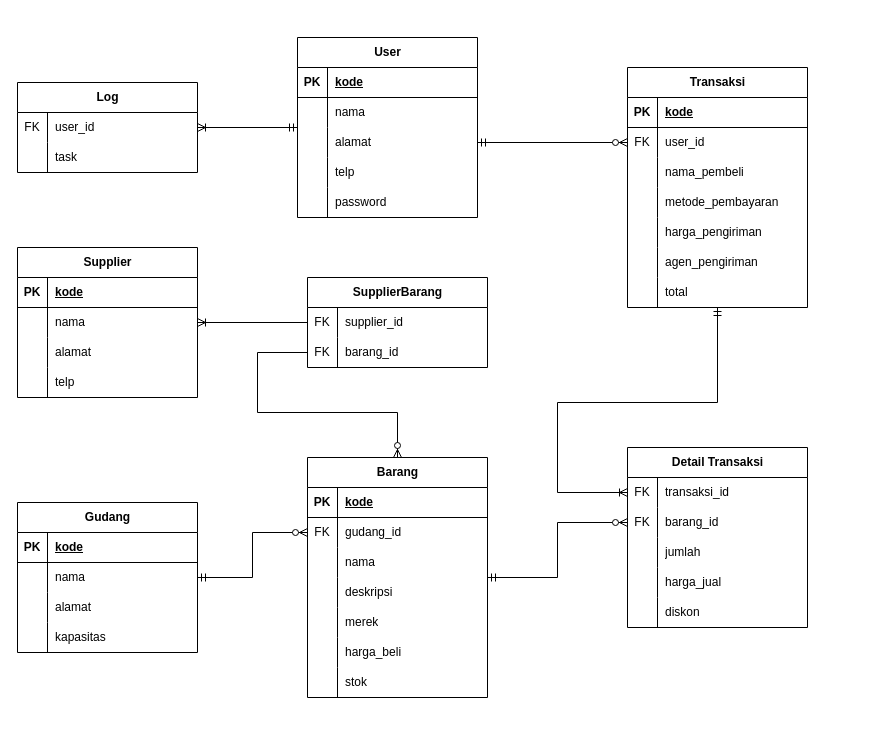
Above: page "Database" (1 of 2) of ~ documents/Database ERD.drawio in b1deyesa/fajar-timur-motor (draw.io), before the change. Source tidied: cells renumbered, new cells numbered last; positions are measured from the earlier drawing's top-left corner, leaving out a move shared by most shapes. Both pictures are drawn from the tidied source at 100%, with x=0, y=0 at pixel (17, 37).
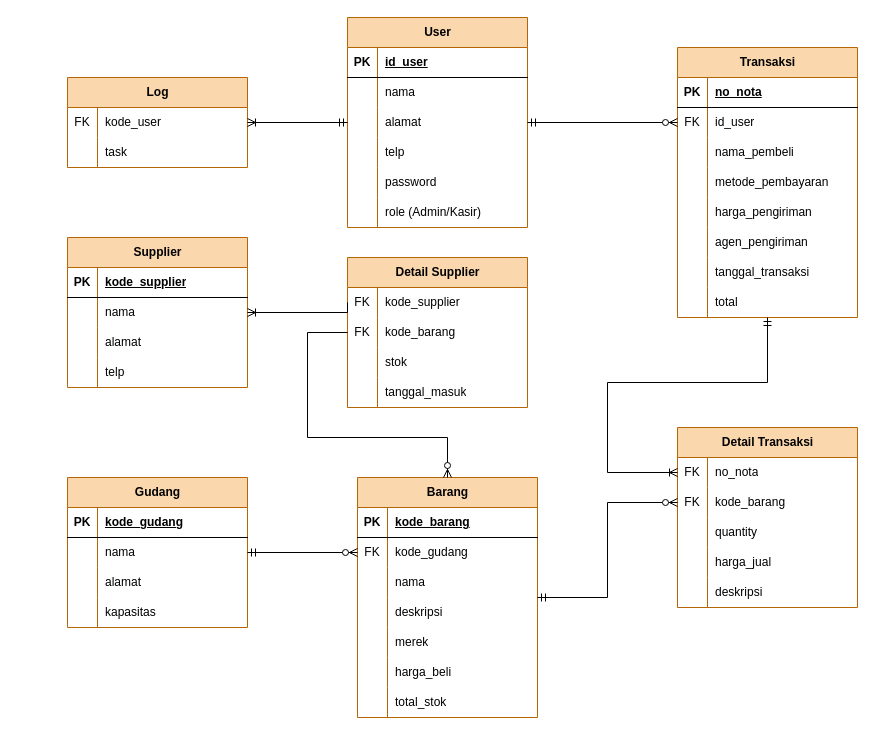
After the change.

The change refers to these unchanged cells:
```xml
<mxCell id="3" style="shape=tableRow;horizontal=0;startSize=0;swimlaneHead=0;swimlaneBody=0;fillColor=none;top=0;left=0;right=0;bottom=1;" parent="2" vertex="1">
  <mxGeometry y="30" width="180" height="30" as="geometry" />
</mxCell>
<mxCell id="16" style="shape=tableRow;horizontal=0;startSize=0;swimlaneHead=0;swimlaneBody=0;fillColor=none;top=0;left=0;right=0;bottom=1;" parent="15" vertex="1">
  <mxGeometry y="30" width="180" height="30" as="geometry" />
</mxCell>
<mxCell id="19" style="shape=tableRow;horizontal=0;startSize=0;swimlaneHead=0;swimlaneBody=0;fillColor=none;points=[[0,0.5],[1,0.5]];portConstraint=eastwest;top=0;left=0;right=0;bottom=0;" parent="15" vertex="1">
  <mxGeometry y="60" width="180" height="30" as="geometry" />
</mxCell>
<mxCell id="29" style="shape=tableRow;horizontal=0;startSize=0;swimlaneHead=0;swimlaneBody=0;fillColor=none;top=0;left=0;right=0;bottom=1;" parent="28" vertex="1">
  <mxGeometry y="30" width="180" height="30" as="geometry" />
</mxCell>
<mxCell id="32" style="shape=tableRow;horizontal=0;startSize=0;swimlaneHead=0;swimlaneBody=0;fillColor=none;points=[[0,0.5],[1,0.5]];portConstraint=eastwest;top=0;left=0;right=0;bottom=0;" parent="28" vertex="1">
  <mxGeometry y="60" width="180" height="30" as="geometry" />
</mxCell>
<mxCell id="51" style="shape=tableRow;horizontal=0;startSize=0;swimlaneHead=0;swimlaneBody=0;fillColor=none;top=0;left=0;right=0;bottom=1;" parent="50" vertex="1">
  <mxGeometry y="30" width="180" height="30" as="geometry" />
</mxCell>
<mxCell id="67" style="shape=tableRow;horizontal=0;startSize=0;swimlaneHead=0;swimlaneBody=0;fillColor=none;top=0;left=0;right=0;bottom=1;" parent="66" vertex="1">
  <mxGeometry y="30" width="180" height="30" as="geometry" />
</mxCell>
<mxCell id="70" style="shape=tableRow;horizontal=0;startSize=0;swimlaneHead=0;swimlaneBody=0;fillColor=none;points=[[0,0.5],[1,0.5]];portConstraint=eastwest;top=0;left=0;right=0;bottom=0;" parent="66" vertex="1">
  <mxGeometry y="60" width="180" height="30" as="geometry" />
</mxCell>
<mxCell id="89" style="shape=tableRow;horizontal=0;startSize=0;swimlaneHead=0;swimlaneBody=0;fillColor=none;points=[[0,0.5],[1,0.5]];portConstraint=eastwest;top=0;left=0;right=0;bottom=0;" parent="88" vertex="1">
  <mxGeometry y="30" width="180" height="30" as="geometry" />
</mxCell>
<mxCell id="92" style="shape=tableRow;horizontal=0;startSize=0;swimlaneHead=0;swimlaneBody=0;fillColor=none;points=[[0,0.5],[1,0.5]];portConstraint=eastwest;top=0;left=0;right=0;bottom=0;" parent="88" vertex="1">
  <mxGeometry y="60" width="180" height="30" as="geometry" />
</mxCell>
<mxCell id="95" style="shape=tableRow;horizontal=0;startSize=0;swimlaneHead=0;swimlaneBody=0;fillColor=none;top=0;left=0;right=0;bottom=0;" parent="88" vertex="1">
  <mxGeometry y="90" width="180" height="30" as="geometry" />
</mxCell>
<mxCell id="101" style="shape=tableRow;horizontal=0;startSize=0;swimlaneHead=0;swimlaneBody=0;fillColor=none;top=0;left=0;right=0;bottom=0;" parent="88" vertex="1">
  <mxGeometry y="150" width="180" height="30" as="geometry" />
</mxCell>
<mxCell id="108" style="shape=tableRow;horizontal=0;startSize=0;swimlaneHead=0;swimlaneBody=0;fillColor=none;points=[[0,0.5],[1,0.5]];portConstraint=eastwest;top=0;left=0;right=0;bottom=0;" parent="107" vertex="1">
  <mxGeometry y="30" width="180" height="30" as="geometry" />
</mxCell>
<mxCell id="117" style="shape=tableRow;horizontal=0;startSize=0;swimlaneHead=0;swimlaneBody=0;fillColor=none;points=[[0,0.5],[1,0.5]];portConstraint=eastwest;top=0;left=0;right=0;bottom=0;" parent="116" vertex="1">
  <mxGeometry y="30" width="180" height="30" as="geometry" />
</mxCell>
<mxCell id="120" style="shape=tableRow;horizontal=0;startSize=0;swimlaneHead=0;swimlaneBody=0;fillColor=none;points=[[0,0.5],[1,0.5]];portConstraint=eastwest;top=0;left=0;right=0;bottom=0;" parent="116" vertex="1">
  <mxGeometry y="60" width="180" height="30" as="geometry" />
</mxCell>
```

Change to the diagram source:
```diff
@@
-    <mxCell id="2" value="Gudang" style="shape=table;startSize=30;childLayout=tableLayout;rowLines=0;fontStyle=1;align=center;html=1;" parent="1" vertex="1">
-      <mxGeometry y="465" width="180" height="150" as="geometry" />
+    <mxCell id="2" value="Gudang" style="shape=table;startSize=30;childLayout=tableLayout;rowLines=0;fontStyle=1;align=center;html=1;fillColor=#fad7ac;strokeColor=#b46504;" parent="1" vertex="1">
+      <mxGeometry x="50" y="440" width="180" height="150" as="geometry" />
     </mxCell>
@@
-    <mxCell id="5" value="kode" style="shape=partialRectangle;fillColor=none;top=0;left=0;bottom=0;right=0;align=left;spacingLeft=6;fontStyle=5;overflow=hidden;whiteSpace=wrap;html=1;" parent="3" vertex="1">
+    <mxCell id="5" value="kode_gudang" style="shape=partialRectangle;fillColor=none;top=0;left=0;bottom=0;right=0;align=left;spacingLeft=6;fontStyle=5;overflow=hidden;whiteSpace=wrap;html=1;" parent="3" vertex="1">
       <mxGeometry x="30" width="150" height="30" as="geometry" />
     </mxCell>
@@
-    <mxCell id="15" value="Supplier" style="shape=table;startSize=30;childLayout=tableLayout;rowLines=0;fontStyle=1;align=center;html=1;" parent="1" vertex="1">
-      <mxGeometry y="210" width="180" height="150" as="geometry" />
+    <mxCell id="15" value="Supplier" style="shape=table;startSize=30;childLayout=tableLayout;rowLines=0;fontStyle=1;align=center;html=1;fillColor=#fad7ac;strokeColor=#b46504;" parent="1" vertex="1">
+      <mxGeometry x="50" y="200" width="180" height="150" as="geometry" />
     </mxCell>
@@
-    <mxCell id="18" value="kode" style="shape=partialRectangle;fillColor=none;top=0;left=0;bottom=0;right=0;align=left;spacingLeft=6;fontStyle=5;overflow=hidden;whiteSpace=wrap;html=1;" parent="16" vertex="1">
+    <mxCell id="18" value="kode_supplier" style="shape=partialRectangle;fillColor=none;top=0;left=0;bottom=0;right=0;align=left;spacingLeft=6;fontStyle=5;overflow=hidden;whiteSpace=wrap;html=1;" parent="16" vertex="1">
       <mxGeometry x="30" width="150" height="30" as="geometry" />
     </mxCell>
@@
-    <mxCell id="28" value="Barang" style="shape=table;startSize=30;childLayout=tableLayout;rowLines=0;fontStyle=1;align=center;html=1;" parent="1" vertex="1">
-      <mxGeometry x="290" y="420" width="180" height="240" as="geometry" />
+    <mxCell id="28" value="Barang" style="shape=table;startSize=30;childLayout=tableLayout;rowLines=0;fontStyle=1;align=center;html=1;fillColor=#fad7ac;strokeColor=#b46504;" parent="1" vertex="1">
+      <mxGeometry x="340" y="440" width="180" height="240" as="geometry" />
     </mxCell>
@@
-    <mxCell id="31" value="kode" style="shape=partialRectangle;fillColor=none;top=0;left=0;bottom=0;right=0;align=left;spacingLeft=6;fontStyle=5;overflow=hidden;whiteSpace=wrap;html=1;" parent="29" vertex="1">
+    <mxCell id="31" value="kode_barang" style="shape=partialRectangle;fillColor=none;top=0;left=0;bottom=0;right=0;align=left;spacingLeft=6;fontStyle=5;overflow=hidden;whiteSpace=wrap;html=1;" parent="29" vertex="1">
       <mxGeometry x="30" width="150" height="30" as="geometry" />
     </mxCell>
@@
-    <mxCell id="34" value="gudang_id" style="shape=partialRectangle;fillColor=none;top=0;left=0;bottom=0;right=0;align=left;spacingLeft=6;overflow=hidden;whiteSpace=wrap;html=1;" parent="32" vertex="1">
+    <mxCell id="34" value="kode_gudang" style="shape=partialRectangle;fillColor=none;top=0;left=0;bottom=0;right=0;align=left;spacingLeft=6;overflow=hidden;whiteSpace=wrap;html=1;" parent="32" vertex="1">
       <mxGeometry x="30" width="150" height="30" as="geometry" />
     </mxCell>
@@
-    <mxCell id="47" style="shape=tableRow;horizontal=0;startSize=0;swimlaneHead=0;swimlaneBody=0;fillColor=none;top=0;left=0;right=0;bottom=0;" parent="28" vertex="1">
-      <mxGeometry y="210" width="180" height="30" as="geometry" />
-    </mxCell>
-    <mxCell id="48" style="shape=partialRectangle;fillColor=none;top=0;left=0;bottom=0;right=0;overflow=hidden;whiteSpace=wrap;html=1;" parent="47" vertex="1">
-      <mxGeometry width="30" height="30" as="geometry" />
-    </mxCell>
-    <mxCell id="49" value="stok" style="shape=partialRectangle;fillColor=none;top=0;left=0;bottom=0;right=0;align=left;spacingLeft=6;overflow=hidden;whiteSpace=wrap;html=1;" parent="47" vertex="1">
-      <mxGeometry x="30" width="150" height="30" as="geometry" />
-    </mxCell>
+    <mxCell id="125" style="shape=tableRow;horizontal=0;startSize=0;swimlaneHead=0;swimlaneBody=0;fillColor=none;top=0;left=0;right=0;bottom=0;" parent="28" vertex="1">
+      <mxGeometry y="210" width="180" height="30" as="geometry" />
+    </mxCell>
+    <mxCell id="126" style="shape=partialRectangle;fillColor=none;top=0;left=0;bottom=0;right=0;overflow=hidden;whiteSpace=wrap;html=1;" parent="125" vertex="1">
+      <mxGeometry width="30" height="30" as="geometry" />
+    </mxCell>
+    <mxCell id="127" value="total_stok" style="shape=partialRectangle;fillColor=none;top=0;left=0;bottom=0;right=0;align=left;spacingLeft=6;overflow=hidden;whiteSpace=wrap;html=1;" parent="125" vertex="1">
+      <mxGeometry x="30" width="150" height="30" as="geometry" />
+    </mxCell>
-    <mxCell id="50" value="User" style="shape=table;startSize=30;childLayout=tableLayout;rowLines=0;fontStyle=1;align=center;html=1;" parent="1" vertex="1">
-      <mxGeometry x="280" width="180" height="180" as="geometry" />
+    <mxCell id="50" value="User" style="shape=table;startSize=30;childLayout=tableLayout;rowLines=0;fontStyle=1;align=center;html=1;fillColor=#fad7ac;strokeColor=#b46504;" parent="1" vertex="1">
+      <mxGeometry x="330" y="-20" width="180" height="210" as="geometry" />
     </mxCell>
@@
-    <mxCell id="53" value="kode" style="shape=partialRectangle;fillColor=none;top=0;left=0;bottom=0;right=0;align=left;spacingLeft=6;fontStyle=5;overflow=hidden;whiteSpace=wrap;html=1;" parent="51" vertex="1">
+    <mxCell id="53" value="id_user" style="shape=partialRectangle;fillColor=none;top=0;left=0;bottom=0;right=0;align=left;spacingLeft=6;fontStyle=5;overflow=hidden;whiteSpace=wrap;html=1;" parent="51" vertex="1">
       <mxGeometry x="30" width="150" height="30" as="geometry" />
     </mxCell>
@@
+    <mxCell id="128" style="shape=tableRow;horizontal=0;startSize=0;swimlaneHead=0;swimlaneBody=0;fillColor=none;top=0;left=0;right=0;bottom=0;" parent="50" vertex="1">
+      <mxGeometry y="180" width="180" height="30" as="geometry" />
+    </mxCell>
+    <mxCell id="129" style="shape=partialRectangle;fillColor=none;top=0;left=0;bottom=0;right=0;overflow=hidden;whiteSpace=wrap;html=1;" parent="128" vertex="1">
+      <mxGeometry width="30" height="30" as="geometry" />
+    </mxCell>
+    <mxCell id="130" value="role (Admin/Kasir)" style="shape=partialRectangle;fillColor=none;top=0;left=0;bottom=0;right=0;align=left;spacingLeft=6;overflow=hidden;whiteSpace=wrap;html=1;" parent="128" vertex="1">
+      <mxGeometry x="30" width="150" height="30" as="geometry" />
+    </mxCell>
-    <mxCell id="66" value="Transaksi" style="shape=table;startSize=30;childLayout=tableLayout;rowLines=0;fontStyle=1;align=center;html=1;" parent="1" vertex="1">
-      <mxGeometry x="610" y="30" width="180" height="240" as="geometry" />
+    <mxCell id="66" value="Transaksi" style="shape=table;startSize=30;childLayout=tableLayout;rowLines=0;fontStyle=1;align=center;html=1;fillColor=#fad7ac;strokeColor=#b46504;" parent="1" vertex="1">
+      <mxGeometry x="660" y="10" width="180" height="270" as="geometry" />
     </mxCell>
@@
-    <mxCell id="69" value="kode" style="shape=partialRectangle;fillColor=none;top=0;left=0;bottom=0;right=0;align=left;spacingLeft=6;fontStyle=5;overflow=hidden;whiteSpace=wrap;html=1;" parent="67" vertex="1">
+    <mxCell id="69" value="no_nota" style="shape=partialRectangle;fillColor=none;top=0;left=0;bottom=0;right=0;align=left;spacingLeft=6;fontStyle=5;overflow=hidden;whiteSpace=wrap;html=1;" parent="67" vertex="1">
       <mxGeometry x="30" width="150" height="30" as="geometry" />
     </mxCell>
@@
-    <mxCell id="72" value="user_id" style="shape=partialRectangle;fillColor=none;top=0;left=0;bottom=0;right=0;align=left;spacingLeft=6;overflow=hidden;whiteSpace=wrap;html=1;" parent="70" vertex="1">
+    <mxCell id="72" value="id_user" style="shape=partialRectangle;fillColor=none;top=0;left=0;bottom=0;right=0;align=left;spacingLeft=6;overflow=hidden;whiteSpace=wrap;html=1;" parent="70" vertex="1">
       <mxGeometry x="30" width="150" height="30" as="geometry" />
     </mxCell>
@@
+    <mxCell id="131" style="shape=tableRow;horizontal=0;startSize=0;swimlaneHead=0;swimlaneBody=0;fillColor=none;top=0;left=0;right=0;bottom=0;" parent="66" vertex="1">
+      <mxGeometry y="210" width="180" height="30" as="geometry" />
+    </mxCell>
+    <mxCell id="132" style="shape=partialRectangle;fillColor=none;top=0;left=0;bottom=0;right=0;overflow=hidden;whiteSpace=wrap;html=1;" parent="131" vertex="1">
+      <mxGeometry width="30" height="30" as="geometry" />
+    </mxCell>
+    <mxCell id="133" value="tanggal_transaksi" style="shape=partialRectangle;fillColor=none;top=0;left=0;bottom=0;right=0;align=left;spacingLeft=6;overflow=hidden;whiteSpace=wrap;html=1;" parent="131" vertex="1">
+      <mxGeometry x="30" width="150" height="30" as="geometry" />
+    </mxCell>
     <mxCell id="85" style="shape=tableRow;horizontal=0;startSize=0;swimlaneHead=0;swimlaneBody=0;fillColor=none;top=0;left=0;right=0;bottom=0;" parent="66" vertex="1">
-      <mxGeometry y="210" width="180" height="30" as="geometry" />
+      <mxGeometry y="240" width="180" height="30" as="geometry" />
     </mxCell>
@@
-    <mxCell id="88" value="Detail Transaksi" style="shape=table;startSize=30;childLayout=tableLayout;rowLines=0;fontStyle=1;align=center;html=1;" parent="1" vertex="1">
-      <mxGeometry x="610" y="410" width="180" height="180" as="geometry" />
+    <mxCell id="88" value="Detail Transaksi" style="shape=table;startSize=30;childLayout=tableLayout;rowLines=0;fontStyle=1;align=center;html=1;fillColor=#fad7ac;strokeColor=#b46504;" parent="1" vertex="1">
+      <mxGeometry x="660" y="390" width="180" height="180" as="geometry" />
     </mxCell>
@@
-    <mxCell id="91" value="transaksi_id" style="shape=partialRectangle;fillColor=none;top=0;left=0;bottom=0;right=0;align=left;spacingLeft=6;overflow=hidden;whiteSpace=wrap;html=1;" parent="89" vertex="1">
+    <mxCell id="91" value="no_nota" style="shape=partialRectangle;fillColor=none;top=0;left=0;bottom=0;right=0;align=left;spacingLeft=6;overflow=hidden;whiteSpace=wrap;html=1;" parent="89" vertex="1">
       <mxGeometry x="30" width="150" height="30" as="geometry" />
     </mxCell>
@@
-    <mxCell id="94" value="barang_id" style="shape=partialRectangle;fillColor=none;top=0;left=0;bottom=0;right=0;align=left;spacingLeft=6;overflow=hidden;whiteSpace=wrap;html=1;" parent="92" vertex="1">
+    <mxCell id="94" value="kode_barang" style="shape=partialRectangle;fillColor=none;top=0;left=0;bottom=0;right=0;align=left;spacingLeft=6;overflow=hidden;whiteSpace=wrap;html=1;" parent="92" vertex="1">
       <mxGeometry x="30" width="150" height="30" as="geometry" />
     </mxCell>
@@
-    <mxCell id="97" value="jumlah" style="shape=partialRectangle;fillColor=none;top=0;left=0;bottom=0;right=0;align=left;spacingLeft=6;overflow=hidden;whiteSpace=wrap;html=1;" parent="95" vertex="1">
+    <mxCell id="97" value="quantity" style="shape=partialRectangle;fillColor=none;top=0;left=0;bottom=0;right=0;align=left;spacingLeft=6;overflow=hidden;whiteSpace=wrap;html=1;" parent="95" vertex="1">
       <mxGeometry x="30" width="150" height="30" as="geometry" />
     </mxCell>
@@
-    <mxCell id="103" value="diskon" style="shape=partialRectangle;fillColor=none;top=0;left=0;bottom=0;right=0;align=left;spacingLeft=6;overflow=hidden;whiteSpace=wrap;html=1;" parent="101" vertex="1">
+    <mxCell id="103" value="deskripsi" style="shape=partialRectangle;fillColor=none;top=0;left=0;bottom=0;right=0;align=left;spacingLeft=6;overflow=hidden;whiteSpace=wrap;html=1;" parent="101" vertex="1">
       <mxGeometry x="30" width="150" height="30" as="geometry" />
     </mxCell>
     <mxCell id="104" style="fontSize=12;html=1;endArrow=ERoneToMany;startArrow=ERmandOne;rounded=0;exitX=0.5;exitY=1;exitDx=0;exitDy=0;edgeStyle=orthogonalEdgeStyle;entryX=0;entryY=0.5;entryDx=0;entryDy=0;" parent="1" edge="1" source="66" target="89">
       <mxGeometry relative="1" as="geometry">
         <Array as="points">
-          <mxPoint x="700" y="365" />
-          <mxPoint x="540" y="365" />
-          <mxPoint x="540" y="455" />
+          <mxPoint x="750" y="345" />
+          <mxPoint x="590" y="345" />
+          <mxPoint x="590" y="435" />
         </Array>
       </mxGeometry>
     </mxCell>
@@
-    <mxCell id="107" value="Log" style="shape=table;startSize=30;childLayout=tableLayout;rowLines=0;fontStyle=1;align=center;html=1;" parent="1" vertex="1">
-      <mxGeometry y="45" width="180" height="90" as="geometry" />
+    <mxCell id="107" value="Log" style="shape=table;startSize=30;childLayout=tableLayout;rowLines=0;fontStyle=1;align=center;html=1;fillColor=#fad7ac;strokeColor=#b46504;" parent="1" vertex="1">
+      <mxGeometry x="50" y="40" width="180" height="90" as="geometry" />
     </mxCell>
@@
-    <mxCell id="110" value="user_id" style="shape=partialRectangle;fillColor=none;top=0;left=0;bottom=0;right=0;align=left;spacingLeft=6;overflow=hidden;whiteSpace=wrap;html=1;" parent="108" vertex="1">
+    <mxCell id="110" value="kode_user" style="shape=partialRectangle;fillColor=none;top=0;left=0;bottom=0;right=0;align=left;spacingLeft=6;overflow=hidden;whiteSpace=wrap;html=1;" parent="108" vertex="1">
       <mxGeometry x="30" width="150" height="30" as="geometry" />
     </mxCell>
@@
-    <mxCell id="116" value="SupplierBarang" style="shape=table;startSize=30;childLayout=tableLayout;rowLines=0;fontStyle=1;align=center;html=1;" parent="1" vertex="1">
-      <mxGeometry x="290" y="240" width="180" height="90" as="geometry" />
+    <mxCell id="116" value="Detail Supplier" style="shape=table;startSize=30;childLayout=tableLayout;rowLines=0;fontStyle=1;align=center;html=1;fillColor=#fad7ac;strokeColor=#b46504;" parent="1" vertex="1">
+      <mxGeometry x="330" y="220" width="180" height="150" as="geometry" />
     </mxCell>
@@
-    <mxCell id="119" value="supplier_id" style="shape=partialRectangle;fillColor=none;top=0;left=0;bottom=0;right=0;align=left;spacingLeft=6;overflow=hidden;whiteSpace=wrap;html=1;" parent="117" vertex="1">
+    <mxCell id="119" value="kode_supplier" style="shape=partialRectangle;fillColor=none;top=0;left=0;bottom=0;right=0;align=left;spacingLeft=6;overflow=hidden;whiteSpace=wrap;html=1;" parent="117" vertex="1">
       <mxGeometry x="30" width="150" height="30" as="geometry" />
     </mxCell>
@@
-    <mxCell id="122" value="barang_id" style="shape=partialRectangle;fillColor=none;top=0;left=0;bottom=0;right=0;align=left;spacingLeft=6;overflow=hidden;whiteSpace=wrap;html=1;" parent="120" vertex="1">
+    <mxCell id="122" value="kode_barang" style="shape=partialRectangle;fillColor=none;top=0;left=0;bottom=0;right=0;align=left;spacingLeft=6;overflow=hidden;whiteSpace=wrap;html=1;" parent="120" vertex="1">
       <mxGeometry x="30" width="150" height="30" as="geometry" />
     </mxCell>
+    <mxCell id="134" style="shape=tableRow;horizontal=0;startSize=0;swimlaneHead=0;swimlaneBody=0;fillColor=none;top=0;left=0;right=0;bottom=0;" parent="116" vertex="1">
+      <mxGeometry y="90" width="180" height="30" as="geometry" />
+    </mxCell>
+    <mxCell id="135" style="shape=partialRectangle;fillColor=none;top=0;left=0;bottom=0;right=0;overflow=hidden;whiteSpace=wrap;html=1;" parent="134" vertex="1">
+      <mxGeometry width="30" height="30" as="geometry" />
+    </mxCell>
+    <mxCell id="49" value="stok" style="shape=partialRectangle;fillColor=none;top=0;left=0;bottom=0;right=0;align=left;spacingLeft=6;overflow=hidden;whiteSpace=wrap;html=1;" parent="134" vertex="1">
+      <mxGeometry x="30" width="150" height="30" as="geometry" />
+    </mxCell>
+    <mxCell id="136" style="shape=tableRow;horizontal=0;startSize=0;swimlaneHead=0;swimlaneBody=0;fillColor=none;top=0;left=0;right=0;bottom=0;" parent="116" vertex="1">
+      <mxGeometry y="120" width="180" height="30" as="geometry" />
+    </mxCell>
+    <mxCell id="137" style="shape=partialRectangle;fillColor=none;top=0;left=0;bottom=0;right=0;overflow=hidden;whiteSpace=wrap;html=1;" parent="136" vertex="1">
+      <mxGeometry width="30" height="30" as="geometry" />
+    </mxCell>
+    <mxCell id="138" value="tanggal_masuk" style="shape=partialRectangle;fillColor=none;top=0;left=0;bottom=0;right=0;align=left;spacingLeft=6;overflow=hidden;whiteSpace=wrap;html=1;" parent="136" vertex="1">
+      <mxGeometry x="30" width="150" height="30" as="geometry" />
+    </mxCell>
     <mxCell id="123" style="edgeStyle=orthogonalEdgeStyle;fontSize=12;html=1;endArrow=ERoneToMany;rounded=0;entryX=1;entryY=0.5;entryDx=0;entryDy=0;exitX=0;exitY=0.5;exitDx=0;exitDy=0;" parent="1" edge="1" source="117" target="19">
-      <mxGeometry relative="1" as="geometry" />
+      <mxGeometry relative="1" as="geometry">
+        <Array as="points">
+          <mxPoint x="230" y="275" />
+        </Array>
+      </mxGeometry>
     </mxCell>
     <mxCell id="124" style="edgeStyle=orthogonalEdgeStyle;fontSize=12;html=1;endArrow=ERzeroToMany;endFill=1;rounded=0;entryX=0.5;entryY=0;entryDx=0;entryDy=0;exitX=0;exitY=0.5;exitDx=0;exitDy=0;" parent="1" edge="1" source="120" target="28">
       <mxGeometry relative="1" as="geometry">
         <Array as="points">
-          <mxPoint x="240" y="315" />
-          <mxPoint x="240" y="375" />
-          <mxPoint x="380" y="375" />
+          <mxPoint x="330" y="295" />
+          <mxPoint x="290" y="295" />
+          <mxPoint x="290" y="400" />
+          <mxPoint x="430" y="400" />
         </Array>
       </mxGeometry>
     </mxCell>
```
